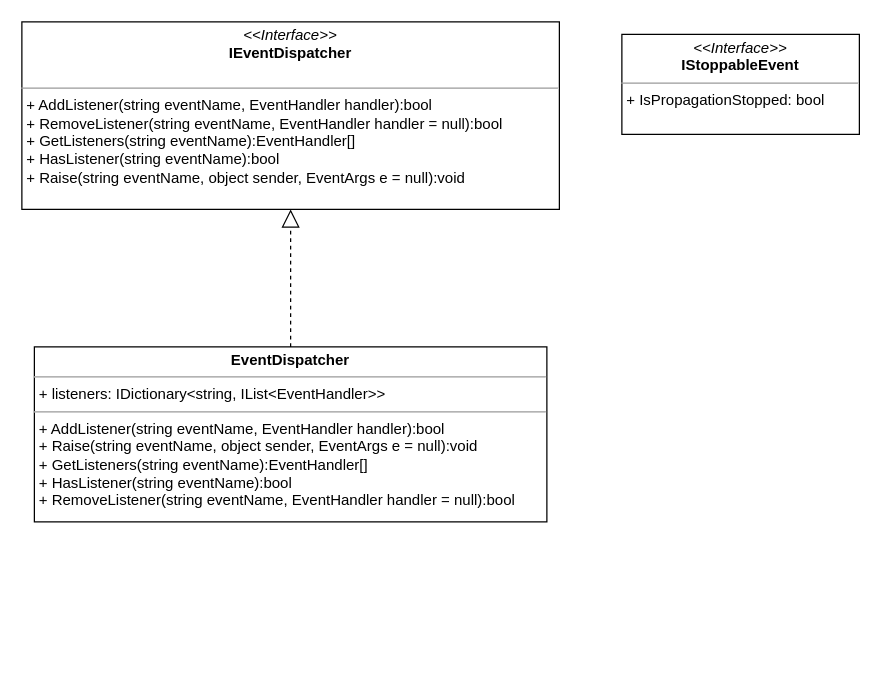
The draw.io diagram UFramework/事件系统.drawio in AnYueBoy/UFramework, before the edit. Source tidied: cells renumbered, new cells numbered last; positions are measured from the earlier drawing's top-left corner, leaving out a move shared by most shapes. Both pictures are drawn from the tidied source at 125%, with x=0, y=0 at pixel (21, 21).
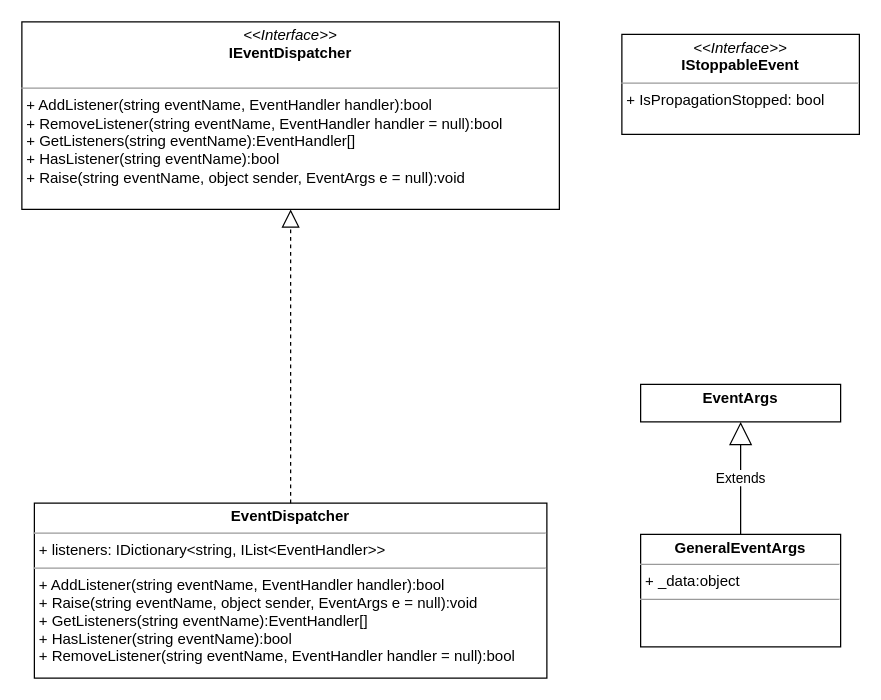
Above is the later version.

Commit message:
修改架构图

Diff of the diagram source:
```diff
@@
 <mxGraphModel>
   <root>
     <mxCell id="0" />
     <mxCell id="1" parent="0" />
     <mxCell id="2" value="&lt;p style=&quot;margin: 0px ; margin-top: 4px ; text-align: center&quot;&gt;&lt;i&gt;&amp;lt;&amp;lt;Interface&amp;gt;&amp;gt;&lt;/i&gt;&lt;br&gt;&lt;b&gt;IEventDispatcher&lt;/b&gt;&lt;br&gt;&lt;/p&gt;&lt;p style=&quot;margin: 0px ; margin-left: 4px&quot;&gt;&lt;br&gt;&lt;/p&gt;&lt;hr size=&quot;1&quot;&gt;&lt;p style=&quot;margin: 0px ; margin-left: 4px&quot;&gt;+ AddListener(string eventName, EventHandler handler):bool&lt;br&gt;+&amp;nbsp;RemoveListener(string eventName, EventHandler handler = null):bool&lt;/p&gt;&lt;p style=&quot;margin: 0px ; margin-left: 4px&quot;&gt;+&amp;nbsp;GetListeners(string eventName):EventHandler[]&lt;/p&gt;&lt;p style=&quot;margin: 0px ; margin-left: 4px&quot;&gt;+&amp;nbsp;HasListener(string eventName):bool&lt;/p&gt;&lt;p style=&quot;margin: 0px ; margin-left: 4px&quot;&gt;+&amp;nbsp;Raise(string eventName, object sender, EventArgs e = null):void&lt;/p&gt;" style="verticalAlign=top;align=left;overflow=fill;fontSize=12;fontFamily=Helvetica;html=1;" parent="1" vertex="1">
       <mxGeometry width="430" height="150" as="geometry" />
     </mxCell>
     <mxCell id="3" value="&lt;p style=&quot;margin: 0px ; margin-top: 4px ; text-align: center&quot;&gt;&lt;b&gt;EventDispatcher&lt;/b&gt;&lt;br&gt;&lt;/p&gt;&lt;hr size=&quot;1&quot;&gt;&lt;p style=&quot;margin: 0px ; margin-left: 4px&quot;&gt;+ listeners: IDictionary&amp;lt;string, IList&amp;lt;EventHandler&amp;gt;&amp;gt;&lt;/p&gt;&lt;hr size=&quot;1&quot;&gt;&lt;p style=&quot;margin: 0px ; margin-left: 4px&quot;&gt;+ AddListener(string eventName, EventHandler handler):bool&lt;/p&gt;&lt;p style=&quot;margin: 0px ; margin-left: 4px&quot;&gt;+&amp;nbsp;Raise(string eventName, object sender, EventArgs e = null):void&lt;/p&gt;&lt;p style=&quot;margin: 0px ; margin-left: 4px&quot;&gt;+&amp;nbsp;GetListeners(string eventName):EventHandler[]&lt;/p&gt;&lt;p style=&quot;margin: 0px ; margin-left: 4px&quot;&gt;+&amp;nbsp;HasListener(string eventName):bool&lt;/p&gt;&lt;p style=&quot;margin: 0px ; margin-left: 4px&quot;&gt;+&amp;nbsp;RemoveListener(string eventName, EventHandler handler = null):bool&lt;/p&gt;" style="verticalAlign=top;align=left;overflow=fill;fontSize=12;fontFamily=Helvetica;html=1;" parent="1" vertex="1">
-      <mxGeometry x="10" y="260" width="410" height="140" as="geometry" />
+      <mxGeometry x="10" y="385" width="410" height="140" as="geometry" />
     </mxCell>
     <mxCell id="4" style="endArrow=block;dashed=1;endFill=0;endSize=12;html=1;rounded=0;entryX=0.5;entryY=1;entryDx=0;entryDy=0;exitX=0.5;exitY=0;exitDx=0;exitDy=0;" parent="1" edge="1" source="3" target="2">
       <mxGeometry relative="1" as="geometry" />
     </mxCell>
     <mxCell id="5" value="&lt;p style=&quot;margin: 0px ; margin-top: 4px ; text-align: center&quot;&gt;&lt;i&gt;&amp;lt;&amp;lt;Interface&amp;gt;&amp;gt;&lt;/i&gt;&lt;br&gt;&lt;b&gt;IStoppableEvent&lt;/b&gt;&lt;br&gt;&lt;/p&gt;&lt;hr size=&quot;1&quot;&gt;&lt;p style=&quot;margin: 0px ; margin-left: 4px&quot;&gt;+ IsPropagationStopped: bool&lt;br&gt;&lt;/p&gt;&lt;p style=&quot;margin: 0px ; margin-left: 4px&quot;&gt;&lt;br&gt;&lt;/p&gt;" style="verticalAlign=top;align=left;overflow=fill;fontSize=12;fontFamily=Helvetica;html=1;" parent="1" vertex="1">
       <mxGeometry x="480" y="10" width="190" height="80" as="geometry" />
     </mxCell>
+    <mxCell id="6" value="&lt;p style=&quot;margin: 0px ; margin-top: 4px ; text-align: center&quot;&gt;&lt;b&gt;EventArgs&lt;/b&gt;&lt;/p&gt;&lt;p style=&quot;margin: 0px ; margin-left: 4px&quot;&gt;&lt;br&gt;&lt;/p&gt;" style="verticalAlign=top;align=left;overflow=fill;fontSize=12;fontFamily=Helvetica;html=1;" parent="1" vertex="1">
+      <mxGeometry x="495" y="290" width="160" height="30" as="geometry" />
+    </mxCell>
+    <mxCell id="7" value="&lt;p style=&quot;margin: 0px ; margin-top: 4px ; text-align: center&quot;&gt;&lt;b&gt;GeneralEventArgs&lt;/b&gt;&lt;/p&gt;&lt;hr size=&quot;1&quot;&gt;&lt;p style=&quot;margin: 0px ; margin-left: 4px&quot;&gt;+ _data:object&lt;/p&gt;&lt;hr size=&quot;1&quot;&gt;&lt;p style=&quot;margin: 0px ; margin-left: 4px&quot;&gt;&lt;br&gt;&lt;/p&gt;" style="verticalAlign=top;align=left;overflow=fill;fontSize=12;fontFamily=Helvetica;html=1;" parent="1" vertex="1">
+      <mxGeometry x="495" y="410" width="160" height="90" as="geometry" />
+    </mxCell>
+    <mxCell id="8" value="Extends" style="endArrow=block;endSize=16;endFill=0;html=1;rounded=0;entryX=0.5;entryY=1;entryDx=0;entryDy=0;exitX=0.5;exitY=0;exitDx=0;exitDy=0;" parent="1" edge="1" source="7" target="6">
+      <mxGeometry relative="1" as="geometry" />
+    </mxCell>
   </root>
 </mxGraphModel>
```
